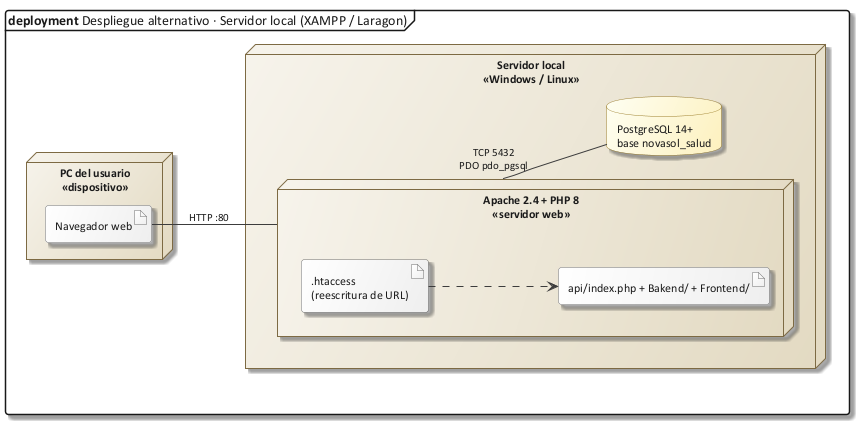
Kato-001/nova-salud keeps this PlantUML diagram as Docs/diagramas/41_despliegue_local.png. Above is the earlier version. The source it was exported from:
```plantuml
@startuml 41_despliegue_local
!include C:/Users/Sergio Estaca Paco/Desktop/HeadSalud/Docs/diagramas/estilo_ea.iuml
mainframe **deployment** Despliegue alternativo · Servidor local (XAMPP / Laragon)
left to right direction

node "PC del usuario\n<<dispositivo>>" {
  artifact "Navegador web" as NAV
}
node "Servidor local\n<<Windows / Linux>>" {
  node "Apache 2.4 + PHP 8\n<<servidor web>>" as AP {
    artifact ".htaccess\n(reescritura de URL)" as HT
    artifact "api/index.php + Bakend/ + Frontend/" as APP
  }
  database "PostgreSQL 14+\nbase novasol_salud" as DB
}
NAV -- AP : HTTP :80
HT ..> APP
AP -- DB : TCP 5432\nPDO pdo_pgsql
@enduml
```
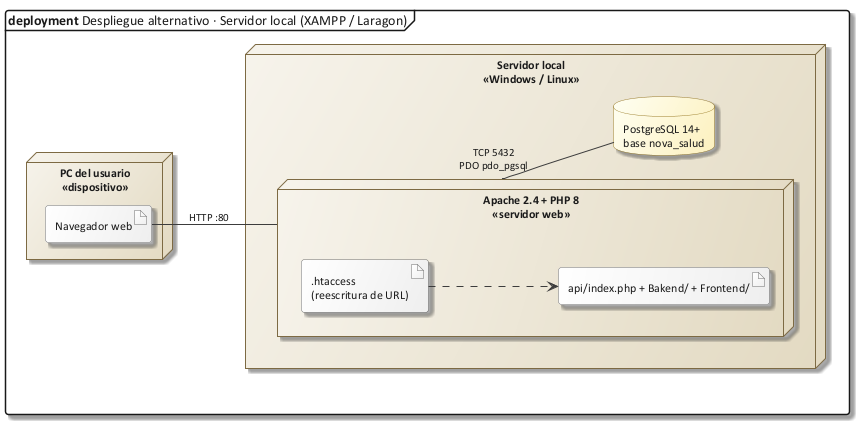
The same diagram one commit later.

What changed in the source:
```diff
@@ -11,7 +11,7 @@
     artifact ".htaccess\n(reescritura de URL)" as HT
     artifact "api/index.php + Bakend/ + Frontend/" as APP
   }
-  database "PostgreSQL 14+\nbase novasol_salud" as DB
+  database "PostgreSQL 14+\nbase nova_salud" as DB
 }
 NAV -- AP : HTTP :80
 HT ..> APP
```
